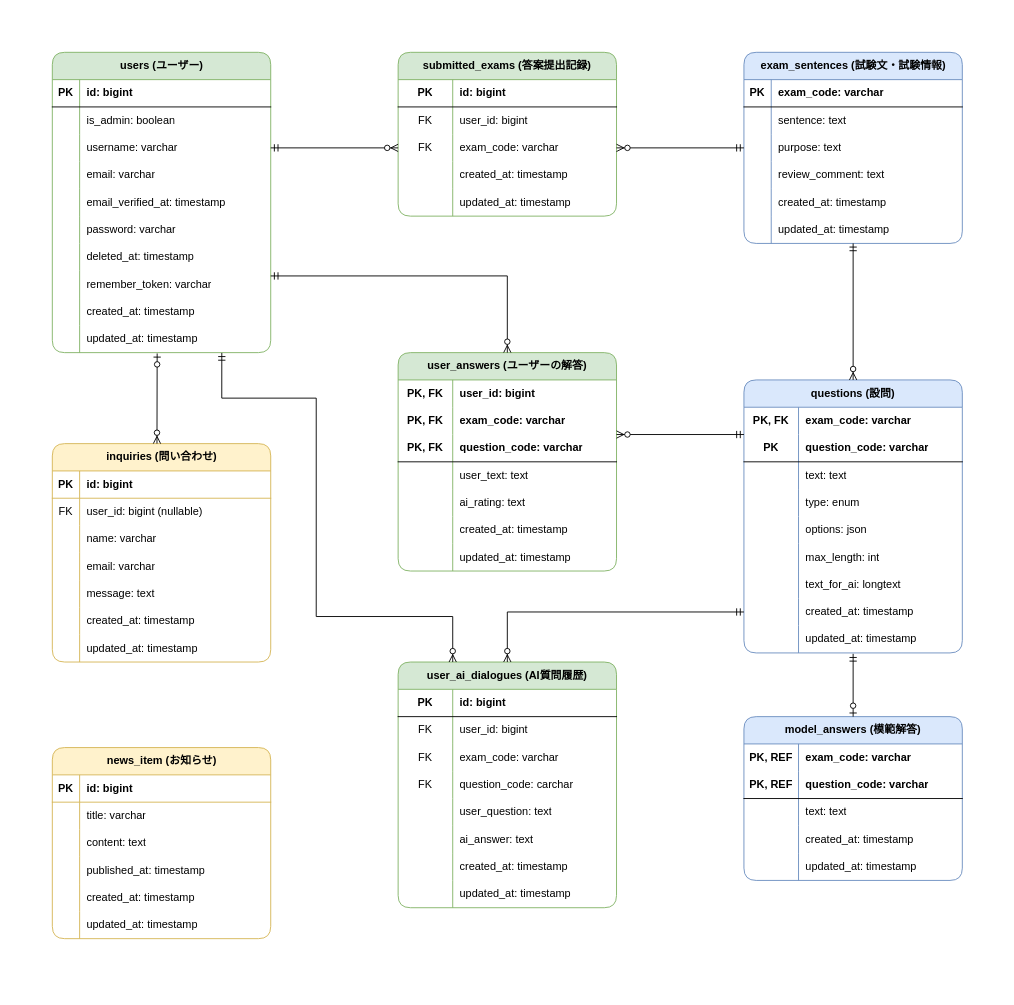
Above: docs/er.drawio in progundeike/shienshi-app (draw.io), before the change. Source tidied: cells renumbered, new cells numbered last; positions are measured from the earlier drawing's top-left corner, leaving out a move shared by most shapes. Both pictures are drawn from the tidied source at 91%, with x=0, y=0 at pixel (15, 15).
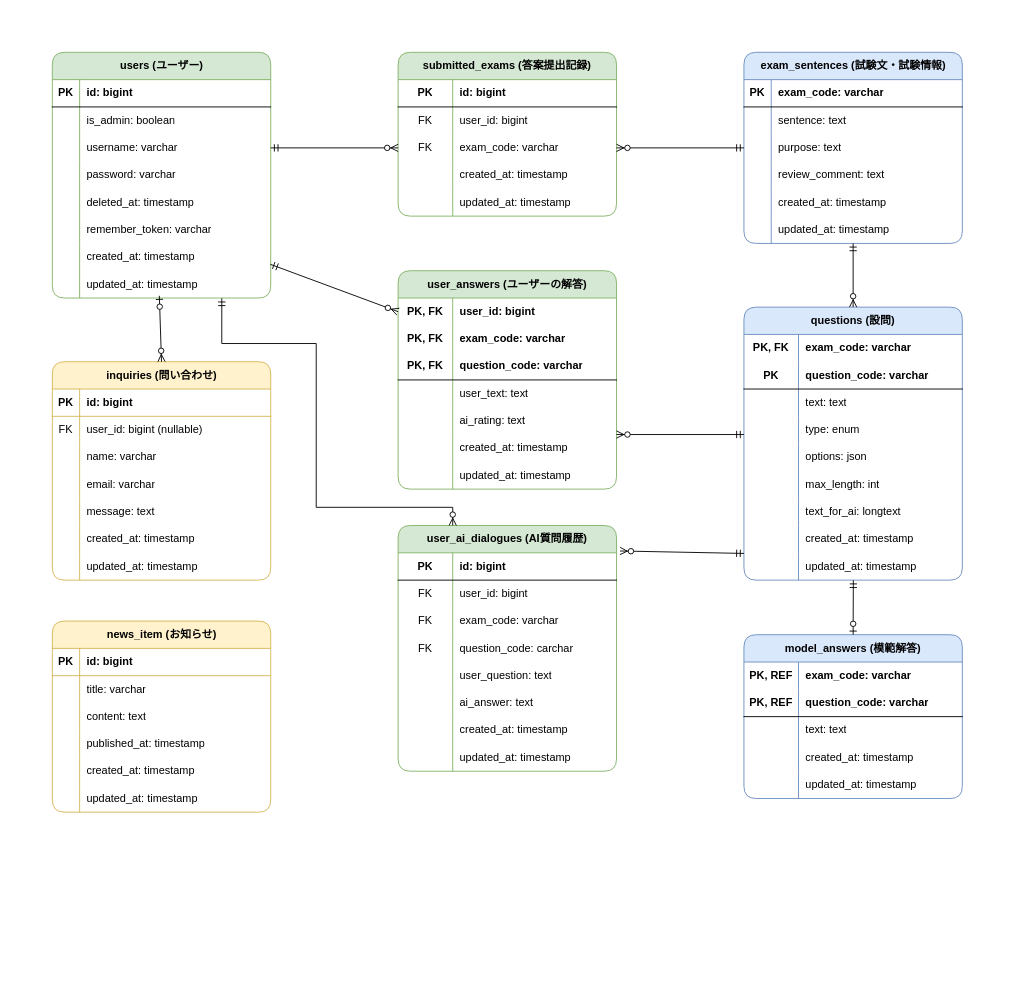
The same page after the edit.

The change refers to these unchanged cells:
```xml
<mxCell id="34" style="shape=tableRow;horizontal=0;startSize=0;swimlaneHead=0;swimlaneBody=0;fillColor=none;points=[[0,0.5],[1,0.5]];portConstraint=eastwest;top=0;left=0;right=0;bottom=0;html=1;" parent="33" vertex="1">
  <mxGeometry y="30" width="240" height="30" as="geometry" />
</mxCell>
<mxCell id="56" style="shape=tableRow;horizontal=0;startSize=0;swimlaneHead=0;swimlaneBody=0;fillColor=none;points=[[0,0.5],[1,0.5]];portConstraint=eastwest;top=0;left=0;right=0;bottom=1;html=1;" parent="55" vertex="1">
  <mxGeometry y="30" width="240" height="30" as="geometry" />
</mxCell>
<mxCell id="137" style="shape=tableRow;horizontal=0;startSize=0;swimlaneHead=0;swimlaneBody=0;fillColor=none;points=[[0,0.5],[1,0.5]];portConstraint=eastwest;top=0;left=0;right=0;bottom=0;html=1;" parent="115" vertex="1">
  <mxGeometry y="240" width="240" height="30" as="geometry" />
</mxCell>
<mxCell id="140" style="shape=tableRow;horizontal=0;startSize=0;swimlaneHead=0;swimlaneBody=0;fillColor=none;points=[[0,0.5],[1,0.5]];portConstraint=eastwest;top=0;left=0;right=0;bottom=0;html=1;" parent="115" vertex="1">
  <mxGeometry y="270" width="240" height="30" as="geometry" />
</mxCell>
```

What changed in the source:
```diff
@@
     <mxCell id="2" value="users (ユーザー)" style="shape=table;startSize=30;childLayout=tableLayout;rowLines=0;fontStyle=1;align=center;html=1;rounded=1;fillColor=#d5e8d4;strokeColor=#82b366;" parent="1" vertex="1">
-      <mxGeometry x="40" y="40" width="240" height="330" as="geometry" />
+      <mxGeometry x="40" y="40" width="240" height="270" as="geometry" />
     </mxCell>
@@
-    <mxCell id="12" style="shape=tableRow;horizontal=0;startSize=0;swimlaneHead=0;swimlaneBody=0;fillColor=none;top=0;left=0;right=0;bottom=0;" parent="2" vertex="1">
-      <mxGeometry y="120" width="240" height="30" as="geometry" />
-    </mxCell>
-    <mxCell id="13" style="shape=partialRectangle;fillColor=none;top=0;left=0;bottom=0;right=0;overflow=hidden;whiteSpace=wrap;html=1;" parent="12" vertex="1">
-      <mxGeometry width="30" height="30" as="geometry" />
-    </mxCell>
-    <mxCell id="14" value="email: varchar" style="shape=partialRectangle;fillColor=none;top=0;left=0;bottom=0;right=0;align=left;spacingLeft=6;overflow=hidden;whiteSpace=wrap;html=1;" parent="12" vertex="1">
-      <mxGeometry x="30" width="210" height="30" as="geometry" />
-    </mxCell>
-    <mxCell id="15" style="shape=tableRow;horizontal=0;startSize=0;swimlaneHead=0;swimlaneBody=0;fillColor=none;top=0;left=0;right=0;bottom=0;" parent="2" vertex="1">
-      <mxGeometry y="150" width="240" height="30" as="geometry" />
-    </mxCell>
-    <mxCell id="16" style="shape=partialRectangle;fillColor=none;top=0;left=0;bottom=0;right=0;overflow=hidden;whiteSpace=wrap;html=1;" parent="15" vertex="1">
-      <mxGeometry width="30" height="30" as="geometry" />
-    </mxCell>
-    <mxCell id="17" value="email_verified_at: timestamp" style="shape=partialRectangle;fillColor=none;top=0;left=0;bottom=0;right=0;align=left;spacingLeft=6;overflow=hidden;whiteSpace=wrap;html=1;" parent="15" vertex="1">
-      <mxGeometry x="30" width="210" height="30" as="geometry" />
-    </mxCell>
     <mxCell id="18" style="shape=tableRow;horizontal=0;startSize=0;swimlaneHead=0;swimlaneBody=0;fillColor=none;top=0;left=0;right=0;bottom=0;" parent="2" vertex="1">
-      <mxGeometry y="180" width="240" height="30" as="geometry" />
+      <mxGeometry y="120" width="240" height="30" as="geometry" />
     </mxCell>
@@
     <mxCell id="21" style="shape=tableRow;horizontal=0;startSize=0;swimlaneHead=0;swimlaneBody=0;fillColor=none;points=[[0,0.5],[1,0.5]];portConstraint=eastwest;top=0;left=0;right=0;bottom=0;" parent="2" vertex="1">
-      <mxGeometry y="210" width="240" height="30" as="geometry" />
+      <mxGeometry y="150" width="240" height="30" as="geometry" />
     </mxCell>
@@
     <mxCell id="24" style="shape=tableRow;horizontal=0;startSize=0;swimlaneHead=0;swimlaneBody=0;fillColor=none;top=0;left=0;right=0;bottom=0;" parent="2" vertex="1">
-      <mxGeometry y="240" width="240" height="30" as="geometry" />
+      <mxGeometry y="180" width="240" height="30" as="geometry" />
     </mxCell>
@@
     <mxCell id="27" style="shape=tableRow;horizontal=0;startSize=0;swimlaneHead=0;swimlaneBody=0;fillColor=none;points=[[0,0.5],[1,0.5]];portConstraint=eastwest;top=0;left=0;right=0;bottom=0;" parent="2" vertex="1">
-      <mxGeometry y="270" width="240" height="30" as="geometry" />
+      <mxGeometry y="210" width="240" height="30" as="geometry" />
     </mxCell>
@@
     <mxCell id="30" style="shape=tableRow;horizontal=0;startSize=0;swimlaneHead=0;swimlaneBody=0;fillColor=none;points=[[0,0.5],[1,0.5]];portConstraint=eastwest;top=0;left=0;right=0;bottom=0;" parent="2" vertex="1">
-      <mxGeometry y="300" width="240" height="30" as="geometry" />
+      <mxGeometry y="240" width="240" height="30" as="geometry" />
     </mxCell>
@@
     <mxCell id="33" value="user_answers (ユーザーの解答)" style="shape=table;startSize=30;childLayout=tableLayout;rowLines=0;fontStyle=1;align=center;html=1;whiteSpace=wrap;rounded=1;fillColor=#d5e8d4;strokeColor=#82b366;" parent="1" vertex="1">
-      <mxGeometry x="420" y="370" width="240" height="240" as="geometry" />
+      <mxGeometry x="420" y="280" width="240" height="240" as="geometry" />
     </mxCell>
@@
     <mxCell id="55" value="user_ai_dialogues (AI質問履歴)" style="shape=table;startSize=30;childLayout=tableLayout;rowLines=0;fontStyle=1;align=center;html=1;whiteSpace=wrap;rounded=1;fillColor=#d5e8d4;strokeColor=#82b366;" parent="1" vertex="1">
-      <mxGeometry x="420" y="710" width="240" height="270" as="geometry" />
+      <mxGeometry x="420" y="560" width="240" height="270" as="geometry" />
     </mxCell>
@@
     <mxCell id="115" value="questions (設問)" style="shape=table;startSize=30;childLayout=tableLayout;rowLines=0;fontStyle=1;align=center;html=1;whiteSpace=wrap;rounded=1;fillColor=#dae8fc;strokeColor=#6c8ebf;" parent="1" vertex="1">
-      <mxGeometry x="800" y="400" width="240" height="300" as="geometry" />
+      <mxGeometry x="800" y="320" width="240" height="300" as="geometry" />
     </mxCell>
@@
     <mxCell id="143" value="model_answers (模範解答)" style="shape=table;startSize=30;childLayout=tableLayout;rowLines=0;fontStyle=1;align=center;html=1;whiteSpace=wrap;rounded=1;fillColor=#dae8fc;strokeColor=#6c8ebf;" parent="1" vertex="1">
-      <mxGeometry x="800" y="770" width="240" height="180" as="geometry" />
+      <mxGeometry x="800" y="680" width="240" height="180" as="geometry" />
     </mxCell>
@@
     <mxCell id="159" value="news_item (お知らせ)" style="shape=table;startSize=30;childLayout=tableLayout;rowLines=0;fontStyle=1;align=center;html=1;rounded=1;fillColor=#fff2cc;strokeColor=#D6B656;" parent="1" vertex="1">
-      <mxGeometry x="40" y="804" width="240" height="210" as="geometry" />
+      <mxGeometry x="40" y="665" width="240" height="210" as="geometry" />
     </mxCell>
@@
     <mxCell id="178" value="inquiries (問い合わせ)" style="shape=table;startSize=30;childLayout=tableLayout;rowLines=0;fontStyle=1;align=center;html=1;rounded=1;fillColor=#fff2cc;strokeColor=#D6B656;" parent="1" vertex="1">
-      <mxGeometry x="40" y="470" width="240" height="240" as="geometry" />
+      <mxGeometry x="40" y="380" width="240" height="240" as="geometry" />
     </mxCell>
@@
-    <mxCell id="201" style="fontSize=12;html=1;endArrow=ERzeroToOne;startArrow=ERmandOne;entryX=0.5;entryY=0;entryDx=0;entryDy=0;" parent="1" edge="1" target="143">
-      <mxGeometry relative="1" as="geometry">
-        <mxPoint x="920" y="701" as="sourcePoint" />
-      </mxGeometry>
+    <mxCell id="201" style="fontSize=12;html=1;endArrow=ERzeroToOne;startArrow=ERmandOne;entryX=0.5;entryY=0;entryDx=0;entryDy=0;exitX=0.501;exitY=1.005;exitDx=0;exitDy=0;exitPerimeter=0;" parent="1" edge="1" source="140" target="143">
+      <mxGeometry relative="1" as="geometry" />
     </mxCell>
@@
-    <mxCell id="203" style="fontSize=12;html=1;endArrow=ERzeroToMany;startArrow=ERmandOne;exitX=1;exitY=1.191;exitDx=0;exitDy=0;entryX=0.5;entryY=0;entryDx=0;entryDy=0;edgeStyle=orthogonalEdgeStyle;rounded=0;curved=0;exitPerimeter=0;" parent="1" edge="1" source="21" target="33">
+    <mxCell id="203" style="fontSize=12;html=1;endArrow=ERzeroToMany;startArrow=ERmandOne;exitX=0.998;exitY=0.764;exitDx=0;exitDy=0;rounded=0;exitPerimeter=0;entryX=0;entryY=0.5;entryDx=0;entryDy=0;" parent="1" edge="1" source="27" target="34">
       <mxGeometry relative="1" as="geometry" />
     </mxCell>
@@
-    <mxCell id="206" style="fontSize=12;html=1;endArrow=ERzeroToMany;startArrow=ERmandOne;exitX=0;exitY=0.5;exitDx=0;exitDy=0;entryX=0.5;entryY=0;entryDx=0;entryDy=0;strokeColor=default;edgeStyle=orthogonalEdgeStyle;rounded=0;curved=0;" parent="1" edge="1" source="137" target="55">
+    <mxCell id="206" style="fontSize=12;html=1;endArrow=ERzeroToMany;startArrow=ERmandOne;exitX=0;exitY=0.022;exitDx=0;exitDy=0;strokeColor=default;rounded=0;entryX=1.016;entryY=-0.067;entryDx=0;entryDy=0;entryPerimeter=0;exitPerimeter=0;" parent="1" edge="1" source="140" target="56">
       <mxGeometry relative="1" as="geometry" />
     </mxCell>
-    <mxCell id="207" style="fontSize=12;html=1;endArrow=ERzeroToMany;startArrow=ERmandOne;exitX=0.776;exitY=1.011;exitDx=0;exitDy=0;entryX=0.25;entryY=0;entryDx=0;entryDy=0;strokeColor=default;edgeStyle=orthogonalEdgeStyle;rounded=0;curved=0;exitPerimeter=0;" parent="1" edge="1" source="30" target="55">
+    <mxCell id="207" style="fontSize=12;html=1;endArrow=ERzeroToMany;startArrow=ERmandOne;exitX=0.776;exitY=1.011;exitDx=0;exitDy=0;entryX=0.25;entryY=0;entryDx=0;entryDy=0;strokeColor=default;rounded=0;exitPerimeter=0;edgeStyle=orthogonalEdgeStyle;" parent="1" edge="1" source="30" target="55">
       <mxGeometry relative="1" as="geometry">
         <Array as="points">
-          <mxPoint x="226" y="420" />
-          <mxPoint x="330" y="420" />
-          <mxPoint x="330" y="660" />
-          <mxPoint x="480" y="660" />
+          <mxPoint x="226" y="360" />
+          <mxPoint x="330" y="360" />
+          <mxPoint x="330" y="540" />
+          <mxPoint x="480" y="540" />
         </Array>
       </mxGeometry>
     </mxCell>
-    <mxCell id="208" style="fontSize=12;html=1;endArrow=ERzeroToMany;startArrow=ERzeroToOne;exitX=0.48;exitY=1.031;exitDx=0;exitDy=0;exitPerimeter=0;strokeColor=default;" parent="1" edge="1" source="30">
-      <mxGeometry relative="1" as="geometry">
-        <mxPoint x="155" y="470" as="targetPoint" />
-      </mxGeometry>
+    <mxCell id="208" style="fontSize=12;html=1;endArrow=ERzeroToMany;startArrow=ERzeroToOne;exitX=0.49;exitY=0.918;exitDx=0;exitDy=0;exitPerimeter=0;strokeColor=default;entryX=0.5;entryY=0;entryDx=0;entryDy=0;" parent="1" edge="1" source="30" target="178">
+      <mxGeometry relative="1" as="geometry" />
     </mxCell>
@@
     <mxCell id="210" style="rounded=0;whiteSpace=wrap;html=1;strokeColor=none;" parent="1" vertex="1">
-      <mxGeometry x="1040" y="1030" width="40" height="40" as="geometry" />
+      <mxGeometry x="1030" y="875" width="40" height="40" as="geometry" />
     </mxCell>
```
